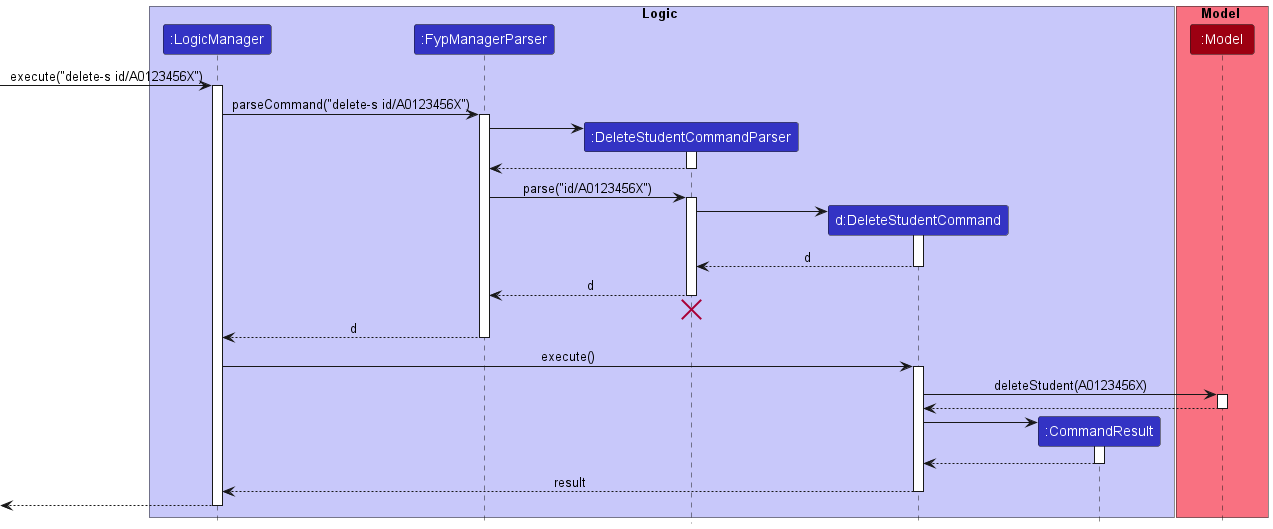
Above: docs/images/DeleteStudentSequenceDiagram.png in nus-cs2103-AY2223S1/tp (PlantUML), before the change. The source it was exported from:
```plantuml
@startuml
!include style.puml

box Logic LOGIC_COLOR_T1
participant ":LogicManager" as LogicManager LOGIC_COLOR
participant ":FypManagerParser" as FypManagerParser LOGIC_COLOR
participant ":DeleteStudentCommandParser" as DeleteStudentCommandParser LOGIC_COLOR
participant "d:DeleteStudentCommand" as DeleteStudentCommand LOGIC_COLOR
participant ":CommandResult" as CommandResult LOGIC_COLOR
end box

box Model MODEL_COLOR_T1
participant ":Model" as Model MODEL_COLOR
end box

[-> LogicManager : execute("delete-s id/A0123456X")
activate LogicManager

LogicManager -> FypManagerParser : parseCommand("delete-s id/A0123456X")
activate FypManagerParser

create DeleteStudentCommandParser
FypManagerParser -> DeleteStudentCommandParser
activate DeleteStudentCommandParser

DeleteStudentCommandParser --> FypManagerParser
deactivate DeleteStudentCommandParser

FypManagerParser -> DeleteStudentCommandParser : parse("id/A0123456X")
activate DeleteStudentCommandParser

create DeleteStudentCommand
DeleteStudentCommandParser -> DeleteStudentCommand
activate DeleteStudentCommand

DeleteStudentCommand --> DeleteStudentCommandParser : d
deactivate DeleteStudentCommand

DeleteStudentCommandParser --> FypManagerParser : d
deactivate DeleteStudentCommandParser
DeleteStudentCommandParser -[hidden]-> FypManagerParser
destroy DeleteStudentCommandParser

FypManagerParser --> LogicManager : d
deactivate FypManagerParser

LogicManager -> DeleteStudentCommand : execute()
activate DeleteStudentCommand

DeleteStudentCommand -> Model : deleteStudent(A0123456X)
activate Model

Model --> DeleteStudentCommand
deactivate Model

create CommandResult
DeleteStudentCommand -> CommandResult
activate CommandResult

CommandResult --> DeleteStudentCommand
deactivate CommandResult

DeleteStudentCommand --> LogicManager : result
deactivate DeleteStudentCommand

[<--LogicManager
deactivate LogicManager
@enduml
```
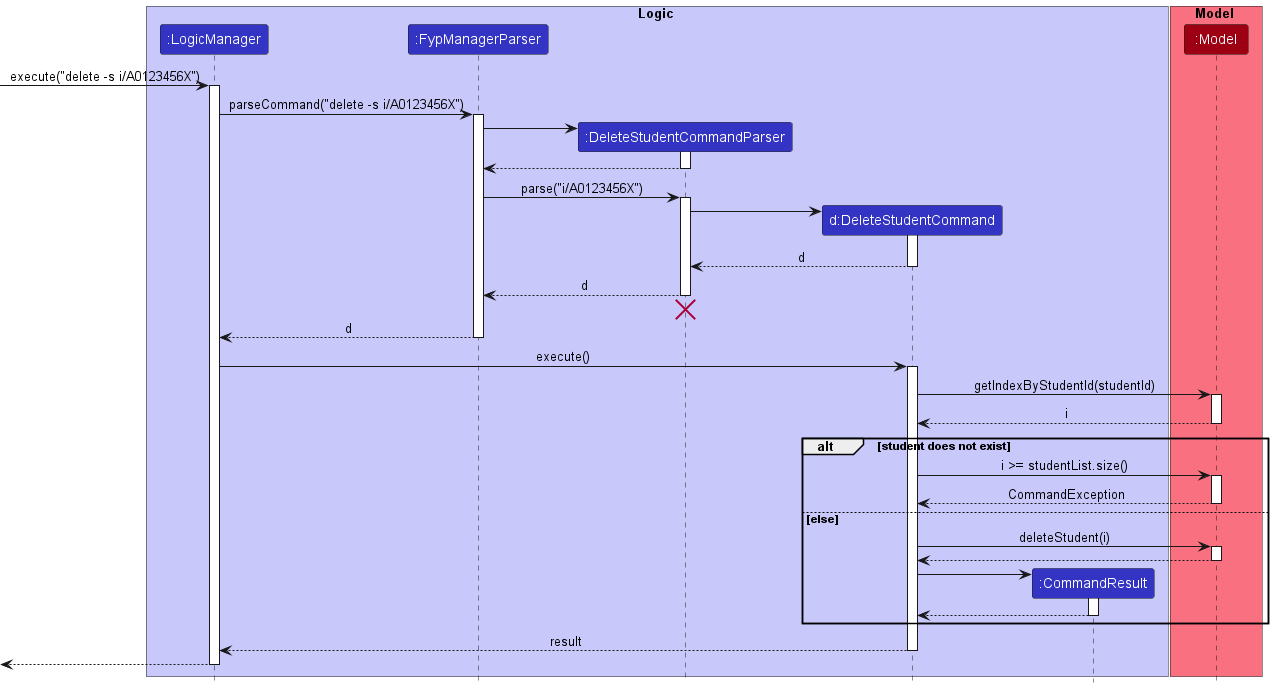
The same file after the commit.

Change to the diagram source:
```diff
@@ -13,10 +13,10 @@
 participant ":Model" as Model MODEL_COLOR
 end box
 
-[-> LogicManager : execute("delete-s id/A0123456X")
+[-> LogicManager : execute("delete -s i/A0123456X")
 activate LogicManager
 
-LogicManager -> FypManagerParser : parseCommand("delete-s id/A0123456X")
+LogicManager -> FypManagerParser : parseCommand("delete -s i/A0123456X")
 activate FypManagerParser
 
 create DeleteStudentCommandParser
@@ -26,7 +26,7 @@
 DeleteStudentCommandParser --> FypManagerParser
 deactivate DeleteStudentCommandParser
 
-FypManagerParser -> DeleteStudentCommandParser : parse("id/A0123456X")
+FypManagerParser -> DeleteStudentCommandParser : parse("i/A0123456X")
 activate DeleteStudentCommandParser
 
 create DeleteStudentCommand
@@ -47,7 +47,22 @@
 LogicManager -> DeleteStudentCommand : execute()
 activate DeleteStudentCommand
 
-DeleteStudentCommand -> Model : deleteStudent(A0123456X)
+DeleteStudentCommand -> Model :getIndexByStudentId(studentId)
+activate Model
+
+Model --> DeleteStudentCommand : i
+deactivate Model
+
+alt student does not exist
+
+DeleteStudentCommand -> Model : i >= studentList.size()
+activate Model
+
+Model --> DeleteStudentCommand : CommandException
+deactivate Model
+
+else else
+DeleteStudentCommand -> Model : deleteStudent(i)
 activate Model
 
 Model --> DeleteStudentCommand
@@ -59,6 +74,7 @@
 
 CommandResult --> DeleteStudentCommand
 deactivate CommandResult
+end
 
 DeleteStudentCommand --> LogicManager : result
 deactivate DeleteStudentCommand
```
